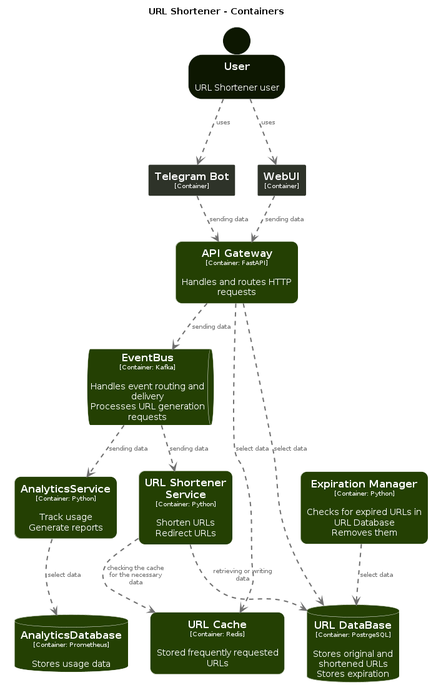
This is architecture/diagrams/structurizr-Container-001.png from neojelll/url-shortener, a PlantUML export, as it was before one commit.
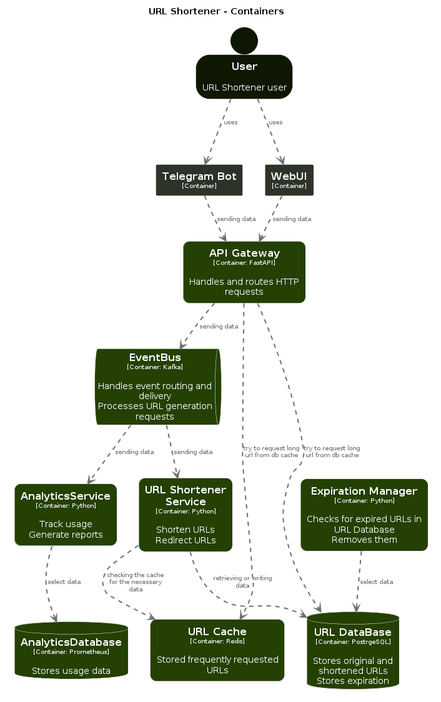
Later version of the same file.

Commit message:
chores(C4 diagrams): Update Structurizr diagrams

The edit, as a diff of the source:
```diff
@@ -110,8 +110,8 @@
 URLShortener.TelegramBot .[#707070,thickness=2].> URLShortener.APIGateway : "<color:#707070>sending data"
 URLShortener.WebUI .[#707070,thickness=2].> URLShortener.APIGateway : "<color:#707070>sending data"
 URLShortener.APIGateway .[#707070,thickness=2].> URLShortener.EventBus : "<color:#707070>sending data"
-URLShortener.APIGateway .[#707070,thickness=2].> URLShortener.URLDataBase : "<color:#707070>select data"
-URLShortener.APIGateway .[#707070,thickness=2].> URLShortener.URLCache : "<color:#707070>select data"
+URLShortener.APIGateway .[#707070,thickness=2].> URLShortener.URLDataBase : "<color:#707070>try to request long url from db cache"
+URLShortener.APIGateway .[#707070,thickness=2].> URLShortener.URLCache : "<color:#707070>try to request long url from db cache"
 URLShortener.EventBus .[#707070,thickness=2].> URLShortener.AnalyticsService : "<color:#707070>sending data"
 URLShortener.EventBus .[#707070,thickness=2].> URLShortener.URLShortenerService : "<color:#707070>sending data"
 URLShortener.AnalyticsService .[#707070,thickness=2].> URLShortener.AnalyticsDatabase : "<color:#707070>select data"
```
